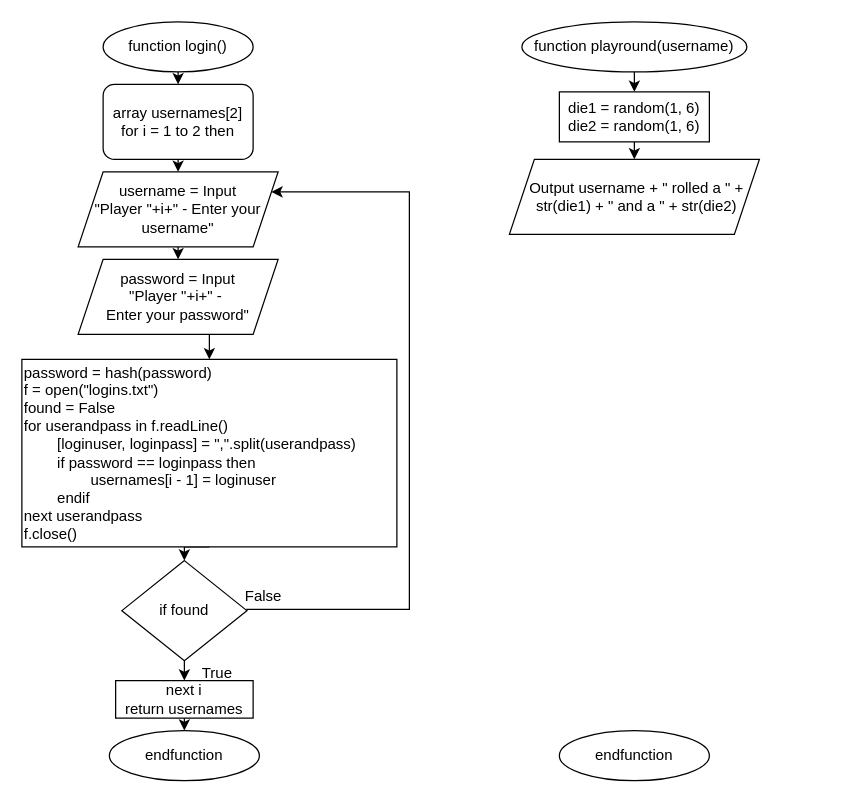
Earlier version of the draw.io diagram flowchart.drawio (tpguy825/draw.io). Source tidied: cells renumbered, new cells numbered last; positions are measured from the earlier drawing's top-left corner, leaving out a move shared by most shapes. Both pictures are drawn from the tidied source at 125%, with x=0, y=0 at pixel (21, 21).
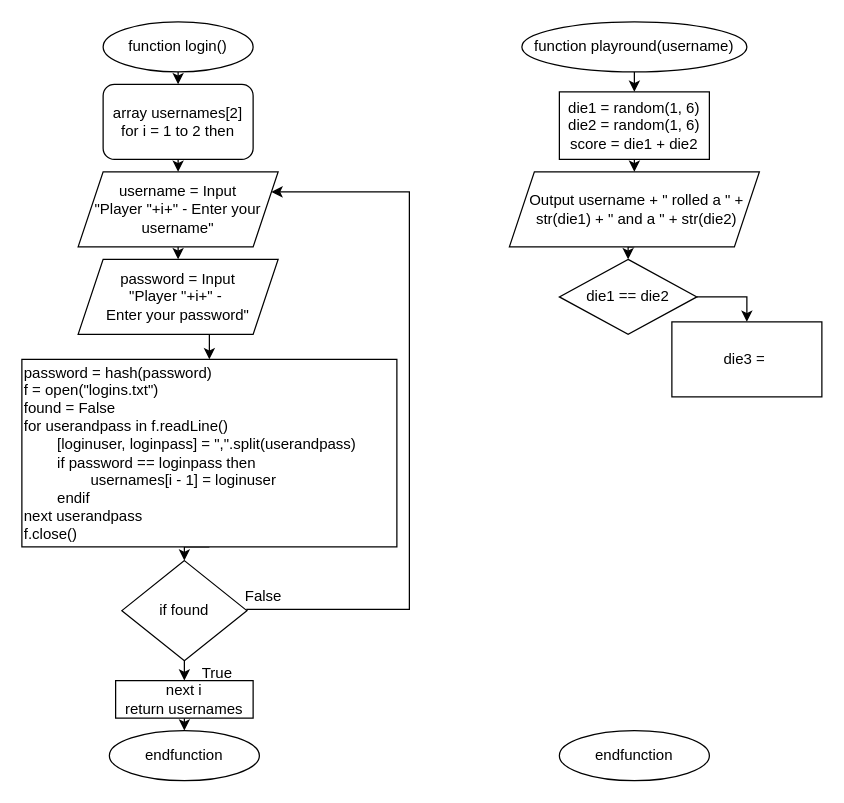
Above is the later version.

Change to the diagram source:
```diff
@@
-    <mxCell id="29" value="die1 = random(1, 6)&lt;br&gt;die2 = random(1, 6)" style="rounded=0;whiteSpace=wrap;html=1;" parent="1" vertex="1">
-      <mxGeometry x="430" y="56" width="120" height="40" as="geometry" />
+    <mxCell id="29" value="die1 = random(1, 6)&lt;br&gt;die2 = random(1, 6)&lt;br&gt;score = die1 + die2" style="rounded=0;whiteSpace=wrap;html=1;" parent="1" vertex="1">
+      <mxGeometry x="430" y="56" width="120" height="54" as="geometry" />
     </mxCell>
+    <mxCell id="31" style="edgeStyle=orthogonalEdgeStyle;rounded=0;jettySize=auto;html=1;exitX=0.5;exitY=1;exitDx=0;exitDy=0;entryX=0.5;entryY=0;entryDx=0;entryDy=0;" parent="1" edge="1" source="30" target="33">
+      <mxGeometry relative="1" as="geometry" />
+    </mxCell>
     <mxCell id="30" value="Output username + &quot; rolled a &quot; + str(die1) + &quot; and a &quot; + str(die2)" style="shape=parallelogram;perimeter=parallelogramPerimeter;whiteSpace=wrap;html=1;fixedSize=1;spacingLeft=4;" parent="1" vertex="1">
-      <mxGeometry x="390" y="110" width="200" height="60" as="geometry" />
+      <mxGeometry x="390" y="120" width="200" height="60" as="geometry" />
     </mxCell>
+    <mxCell id="32" style="edgeStyle=orthogonalEdgeStyle;rounded=0;jettySize=auto;html=1;exitX=1;exitY=0.5;exitDx=0;exitDy=0;" parent="1" edge="1" source="33" target="34">
+      <mxGeometry relative="1" as="geometry" />
+    </mxCell>
+    <mxCell id="33" value="die1 == die2" style="rhombus;whiteSpace=wrap;html=1;" parent="1" vertex="1">
+      <mxGeometry x="430" y="190" width="110" height="60" as="geometry" />
+    </mxCell>
+    <mxCell id="34" value="die3 =&amp;nbsp;" style="rounded=0;whiteSpace=wrap;html=1;" parent="1" vertex="1">
+      <mxGeometry x="520" y="240" width="120" height="60" as="geometry" />
+    </mxCell>
```
